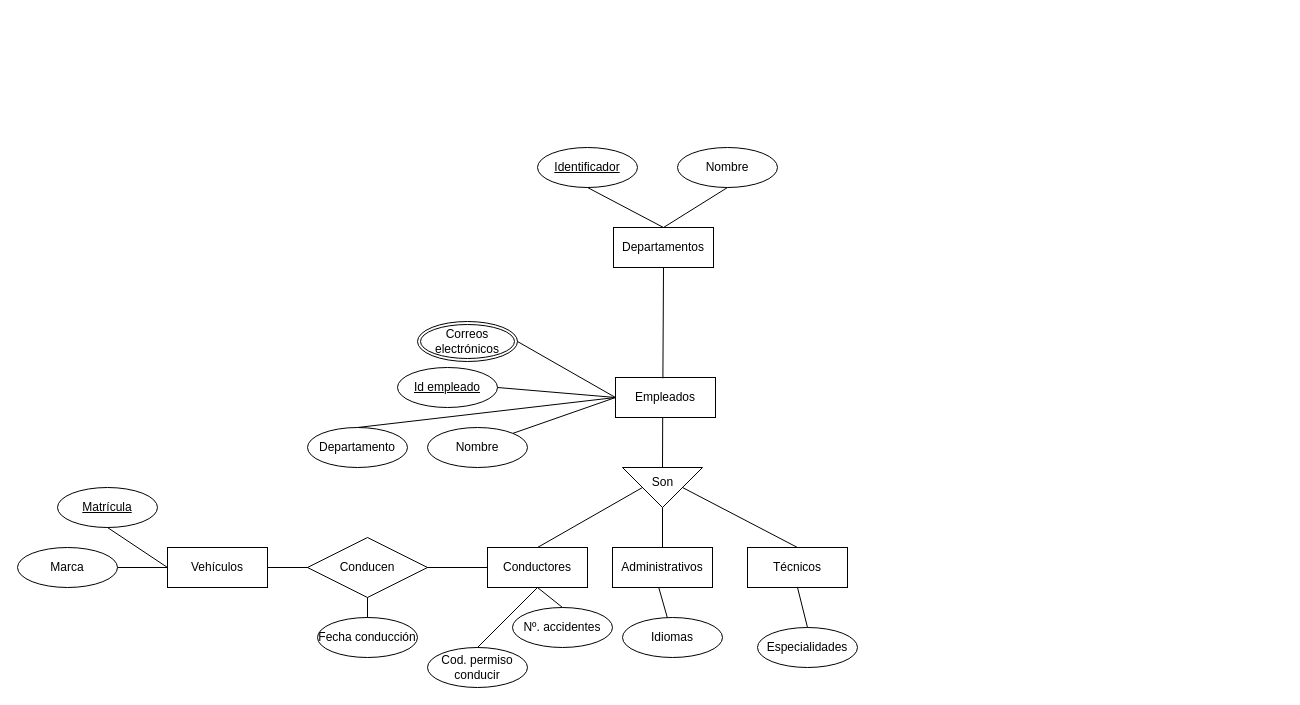
Above: Tarea 5 - Control por departamentos.drawio in popnoart/popnoart (draw.io), before the change. Source tidied: cells renumbered, new cells numbered last; positions are measured from the earlier drawing's top-left corner, leaving out a move shared by most shapes. Both pictures are drawn from the tidied source at 100%, with x=0, y=0 at pixel (17, 147).
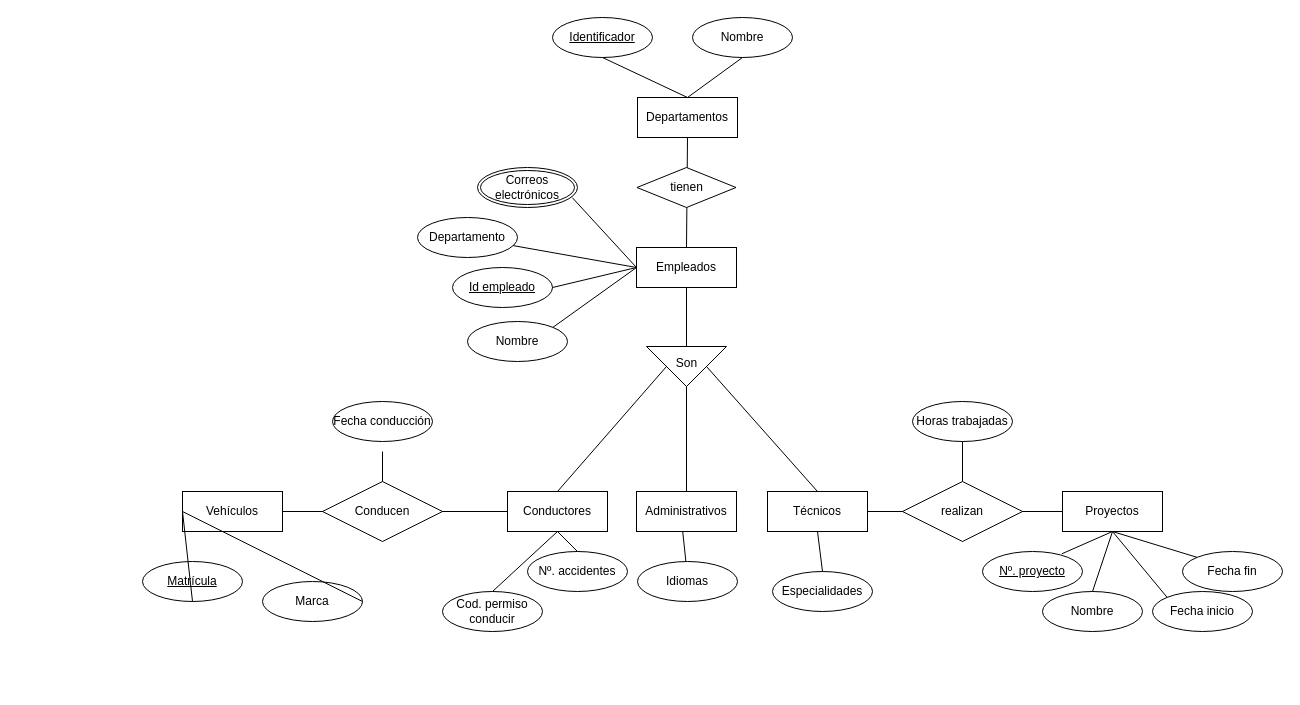
After the change.

Change to the diagram source:
```diff
@@
     <mxCell id="2" value="Departamentos" style="whiteSpace=wrap;html=1;align=center;" parent="1" vertex="1">
-      <mxGeometry x="596" y="80" width="100" height="40" as="geometry" />
+      <mxGeometry x="620" y="-50" width="100" height="40" as="geometry" />
     </mxCell>
     <mxCell id="3" value="Nombre" style="ellipse;whiteSpace=wrap;html=1;align=center;" parent="1" vertex="1">
-      <mxGeometry x="660" width="100" height="40" as="geometry" />
+      <mxGeometry x="675" y="-130" width="100" height="40" as="geometry" />
     </mxCell>
     <mxCell id="4" value="Identificador" style="ellipse;whiteSpace=wrap;html=1;align=center;fontStyle=4;" parent="1" vertex="1">
-      <mxGeometry x="520" width="100" height="40" as="geometry" />
+      <mxGeometry x="535" y="-130" width="100" height="40" as="geometry" />
     </mxCell>
@@
-    <mxCell id="7" value="Empleados" style="whiteSpace=wrap;html=1;align=center;" parent="1" vertex="1">
-      <mxGeometry x="598" y="230" width="100" height="40" as="geometry" />
-    </mxCell>
     <mxCell id="8" value="Id empleado" style="ellipse;whiteSpace=wrap;html=1;align=center;fontStyle=4;" parent="1" vertex="1">
-      <mxGeometry x="380" y="220" width="100" height="40" as="geometry" />
+      <mxGeometry x="435" y="120" width="100" height="40" as="geometry" />
     </mxCell>
     <mxCell id="9" value="Nombre" style="ellipse;whiteSpace=wrap;html=1;align=center;" parent="1" vertex="1">
-      <mxGeometry x="410" y="280" width="100" height="40" as="geometry" />
+      <mxGeometry x="450" y="174" width="100" height="40" as="geometry" />
     </mxCell>
     <mxCell id="10" value="Correos electrónicos" style="ellipse;shape=doubleEllipse;margin=3;whiteSpace=wrap;html=1;align=center;" parent="1" vertex="1">
-      <mxGeometry x="400" y="174" width="100" height="40" as="geometry" />
+      <mxGeometry x="460" y="20" width="100" height="40" as="geometry" />
     </mxCell>
     <mxCell id="11" value="Departamento" style="ellipse;whiteSpace=wrap;html=1;align=center;" parent="1" vertex="1">
-      <mxGeometry x="290" y="280" width="100" height="40" as="geometry" />
+      <mxGeometry x="400" y="70" width="100" height="40" as="geometry" />
     </mxCell>
-    <mxCell id="12" style="endArrow=none;html=1;rounded=0;exitX=1;exitY=0.5;exitDx=0;exitDy=0;entryX=0;entryY=0.5;entryDx=0;entryDy=0;" parent="1" edge="1" source="10" target="7">
+    <mxCell id="12" style="endArrow=none;html=1;rounded=0;exitX=0.948;exitY=0.754;exitDx=0;exitDy=0;entryX=0;entryY=0.5;entryDx=0;entryDy=0;exitPerimeter=0;" parent="1" edge="1" source="10" target="7">
       <mxGeometry relative="1" as="geometry" />
     </mxCell>
@@
-    <mxCell id="15" style="endArrow=none;html=1;rounded=0;entryX=0.5;entryY=0;entryDx=0;entryDy=0;exitX=0;exitY=0.5;exitDx=0;exitDy=0;" parent="1" edge="1" source="7" target="11">
-      <mxGeometry relative="1" as="geometry" />
-    </mxCell>
     <mxCell id="16" value="Cod. permiso conducir" style="ellipse;whiteSpace=wrap;html=1;align=center;" parent="1" vertex="1">
-      <mxGeometry x="410" y="500" width="100" height="40" as="geometry" />
+      <mxGeometry x="425" y="444" width="100" height="40" as="geometry" />
     </mxCell>
     <mxCell id="17" style="verticalLabelPosition=bottom;verticalAlign=top;html=1;shape=mxgraph.basic.acute_triangle;dx=0.5;rotation=-180;" parent="1" vertex="1">
-      <mxGeometry x="605" y="320" width="80" height="40" as="geometry" />
+      <mxGeometry x="629" y="199" width="80" height="40" as="geometry" />
     </mxCell>
     <mxCell id="18" value="Conductores" style="whiteSpace=wrap;html=1;align=center;" parent="1" vertex="1">
-      <mxGeometry x="470" y="400" width="100" height="40" as="geometry" />
+      <mxGeometry x="490" y="344" width="100" height="40" as="geometry" />
     </mxCell>
     <mxCell id="19" value="Administrativos" style="whiteSpace=wrap;html=1;align=center;" parent="1" vertex="1">
-      <mxGeometry x="595" y="400" width="100" height="40" as="geometry" />
+      <mxGeometry x="619" y="344" width="100" height="40" as="geometry" />
     </mxCell>
     <mxCell id="20" value="Técnicos" style="whiteSpace=wrap;html=1;align=center;" parent="1" vertex="1">
-      <mxGeometry x="730" y="400" width="100" height="40" as="geometry" />
+      <mxGeometry x="750" y="344" width="100" height="40" as="geometry" />
     </mxCell>
     <mxCell id="21" value="Nº. accidentes" style="ellipse;whiteSpace=wrap;html=1;align=center;" parent="1" vertex="1">
-      <mxGeometry x="495" y="460" width="100" height="40" as="geometry" />
+      <mxGeometry x="510" y="404" width="100" height="40" as="geometry" />
     </mxCell>
     <mxCell id="22" value="Idiomas" style="ellipse;whiteSpace=wrap;html=1;align=center;" parent="1" vertex="1">
-      <mxGeometry x="605" y="470" width="100" height="40" as="geometry" />
+      <mxGeometry x="620" y="414" width="100" height="40" as="geometry" />
     </mxCell>
     <mxCell id="23" value="Especialidades" style="ellipse;whiteSpace=wrap;html=1;align=center;" parent="1" vertex="1">
-      <mxGeometry x="740" y="480" width="100" height="40" as="geometry" />
+      <mxGeometry x="755" y="424" width="100" height="40" as="geometry" />
     </mxCell>
-    <mxCell id="24" style="endArrow=none;html=1;rounded=0;exitX=0.472;exitY=1.006;exitDx=0;exitDy=0;entryX=0.5;entryY=1;entryDx=0;entryDy=0;entryPerimeter=0;exitPerimeter=0;" parent="1" edge="1" source="7" target="17">
+    <mxCell id="24" style="endArrow=none;html=1;rounded=0;exitX=0.5;exitY=1;exitDx=0;exitDy=0;entryX=0.5;entryY=1;entryDx=0;entryDy=0;entryPerimeter=0;" parent="1" edge="1" source="7" target="17">
       <mxGeometry relative="1" as="geometry" />
     </mxCell>
-    <mxCell id="25" style="endArrow=none;html=1;rounded=0;exitX=0.5;exitY=1;exitDx=0;exitDy=0;entryX=0.434;entryY=0.02;entryDx=0;entryDy=0;entryPerimeter=0;" parent="1" edge="1" source="2">
-      <mxGeometry relative="1" as="geometry">
-        <mxPoint x="645.4" y="230.8" as="targetPoint" />
-      </mxGeometry>
-    </mxCell>
@@
     <mxCell id="29" value="Son" style="text;html=1;align=center;verticalAlign=middle;strokeColor=none;fillColor=none;" parent="1" vertex="1">
-      <mxGeometry x="625" y="320" width="40" height="30" as="geometry" />
+      <mxGeometry x="649" y="201" width="40" height="30" as="geometry" />
     </mxCell>
@@
     <mxCell id="34" value="Vehículos" style="whiteSpace=wrap;html=1;align=center;" parent="1" vertex="1">
-      <mxGeometry x="150" y="400" width="100" height="40" as="geometry" />
+      <mxGeometry x="165" y="344" width="100" height="40" as="geometry" />
     </mxCell>
     <mxCell id="35" value="Marca" style="ellipse;whiteSpace=wrap;html=1;align=center;" parent="1" vertex="1">
-      <mxGeometry y="400" width="100" height="40" as="geometry" />
+      <mxGeometry x="245" y="434" width="100" height="40" as="geometry" />
     </mxCell>
     <mxCell id="36" value="Matrícula" style="ellipse;whiteSpace=wrap;html=1;align=center;fontStyle=4;" parent="1" vertex="1">
-      <mxGeometry x="40" y="340" width="100" height="40" as="geometry" />
+      <mxGeometry x="125" y="414" width="100" height="40" as="geometry" />
     </mxCell>
@@
     <mxCell id="38" value="Conducen" style="shape=rhombus;perimeter=rhombusPerimeter;whiteSpace=wrap;html=1;align=center;" parent="1" vertex="1">
-      <mxGeometry x="290" y="390" width="120" height="60" as="geometry" />
+      <mxGeometry x="305" y="334" width="120" height="60" as="geometry" />
     </mxCell>
@@
     <mxCell id="41" value="Fecha conducción" style="ellipse;whiteSpace=wrap;html=1;align=center;" parent="1" vertex="1">
-      <mxGeometry x="300" y="470" width="100" height="40" as="geometry" />
+      <mxGeometry x="315" y="254" width="100" height="40" as="geometry" />
     </mxCell>
-    <mxCell id="42" style="endArrow=none;html=1;rounded=0;exitX=0.5;exitY=0;exitDx=0;exitDy=0;entryX=0.5;entryY=1;entryDx=0;entryDy=0;" parent="1" edge="1" source="41" target="38">
-      <mxGeometry relative="1" as="geometry" />
+    <mxCell id="42" style="endArrow=none;html=1;rounded=0;" parent="1" edge="1">
+      <mxGeometry relative="1" as="geometry">
+        <mxPoint x="365" y="304" as="sourcePoint" />
+        <mxPoint x="365" y="334" as="targetPoint" />
+      </mxGeometry>
     </mxCell>
+    <mxCell id="43" value="Proyectos" style="whiteSpace=wrap;html=1;align=center;" parent="1" vertex="1">
+      <mxGeometry x="1045" y="344" width="100" height="40" as="geometry" />
+    </mxCell>
+    <mxCell id="44" style="endArrow=none;html=1;rounded=0;entryX=0;entryY=0.5;entryDx=0;entryDy=0;exitX=1;exitY=0.5;exitDx=0;exitDy=0;" parent="1" edge="1" source="20" target="43">
+      <mxGeometry relative="1" as="geometry" />
+    </mxCell>
+    <mxCell id="45" value="realizan" style="shape=rhombus;perimeter=rhombusPerimeter;whiteSpace=wrap;html=1;align=center;" parent="1" vertex="1">
+      <mxGeometry x="885" y="334" width="120" height="60" as="geometry" />
+    </mxCell>
+    <mxCell id="46" value="Nº. proyecto" style="ellipse;whiteSpace=wrap;html=1;align=center;fontStyle=4;" parent="1" vertex="1">
+      <mxGeometry x="965" y="404" width="100" height="40" as="geometry" />
+    </mxCell>
+    <mxCell id="47" value="Nombre" style="ellipse;whiteSpace=wrap;html=1;align=center;" parent="1" vertex="1">
+      <mxGeometry x="1025" y="444" width="100" height="40" as="geometry" />
+    </mxCell>
+    <mxCell id="48" value="Fecha inicio" style="ellipse;whiteSpace=wrap;html=1;align=center;" parent="1" vertex="1">
+      <mxGeometry x="1135" y="444" width="100" height="40" as="geometry" />
+    </mxCell>
+    <mxCell id="49" value="Fecha fin" style="ellipse;whiteSpace=wrap;html=1;align=center;" parent="1" vertex="1">
+      <mxGeometry x="1165" y="404" width="100" height="40" as="geometry" />
+    </mxCell>
+    <mxCell id="50" style="endArrow=none;html=1;rounded=0;entryX=0.5;entryY=1;entryDx=0;entryDy=0;exitX=0.793;exitY=0.058;exitDx=0;exitDy=0;exitPerimeter=0;" parent="1" edge="1" source="46" target="43">
+      <mxGeometry relative="1" as="geometry" />
+    </mxCell>
+    <mxCell id="51" style="endArrow=none;html=1;rounded=0;entryX=0.5;entryY=1;entryDx=0;entryDy=0;exitX=0.5;exitY=0;exitDx=0;exitDy=0;" parent="1" edge="1" source="47" target="43">
+      <mxGeometry relative="1" as="geometry" />
+    </mxCell>
+    <mxCell id="52" style="endArrow=none;html=1;rounded=0;exitX=0;exitY=0;exitDx=0;exitDy=0;entryX=0.5;entryY=1;entryDx=0;entryDy=0;" parent="1" edge="1" source="48" target="43">
+      <mxGeometry relative="1" as="geometry" />
+    </mxCell>
+    <mxCell id="53" style="endArrow=none;html=1;rounded=0;entryX=0.5;entryY=1;entryDx=0;entryDy=0;exitX=0;exitY=0;exitDx=0;exitDy=0;" parent="1" edge="1" source="49" target="43">
+      <mxGeometry relative="1" as="geometry" />
+    </mxCell>
+    <mxCell id="54" value="Horas trabajadas" style="ellipse;whiteSpace=wrap;html=1;align=center;" parent="1" vertex="1">
+      <mxGeometry x="895" y="254" width="100" height="40" as="geometry" />
+    </mxCell>
+    <mxCell id="55" style="endArrow=none;html=1;rounded=0;entryX=0.5;entryY=0;entryDx=0;entryDy=0;exitX=0.5;exitY=1;exitDx=0;exitDy=0;" parent="1" edge="1" source="54" target="45">
+      <mxGeometry relative="1" as="geometry" />
+    </mxCell>
+    <mxCell id="56" style="endArrow=none;html=1;rounded=0;exitX=0.5;exitY=1;exitDx=0;exitDy=0;entryX=0.5;entryY=0;entryDx=0;entryDy=0;" parent="1" edge="1" source="2" target="7">
+      <mxGeometry relative="1" as="geometry" />
+    </mxCell>
+    <mxCell id="7" value="Empleados" style="whiteSpace=wrap;html=1;align=center;" parent="1" vertex="1">
+      <mxGeometry x="619" y="100" width="100" height="40" as="geometry" />
+    </mxCell>
+    <mxCell id="57" value="tienen" style="shape=rhombus;perimeter=rhombusPerimeter;whiteSpace=wrap;html=1;align=center;" parent="1" vertex="1">
+      <mxGeometry x="619.5" y="20" width="99" height="40" as="geometry" />
+    </mxCell>
+    <mxCell id="15" style="endArrow=none;html=1;rounded=0;exitX=0;exitY=0.5;exitDx=0;exitDy=0;" parent="1" edge="1" source="7" target="11">
+      <mxGeometry relative="1" as="geometry" />
+    </mxCell>
```
